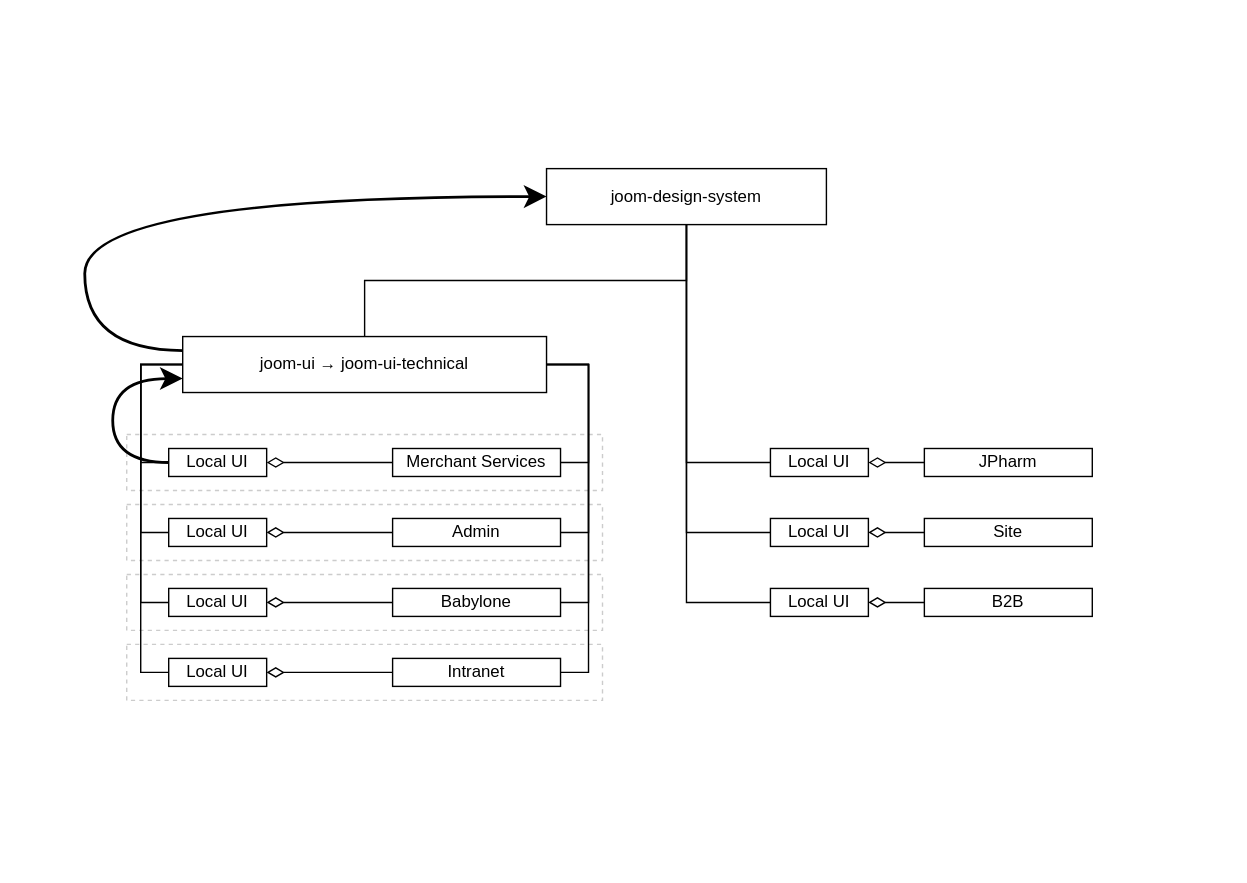
This is design-system.svg from ajile/draw-io, a draw.io export, as it was before one commit. Source tidied: cells renumbered, new cells last; positions are measured from the earlier drawing's top-left corner, leaving out a move shared by most shapes.
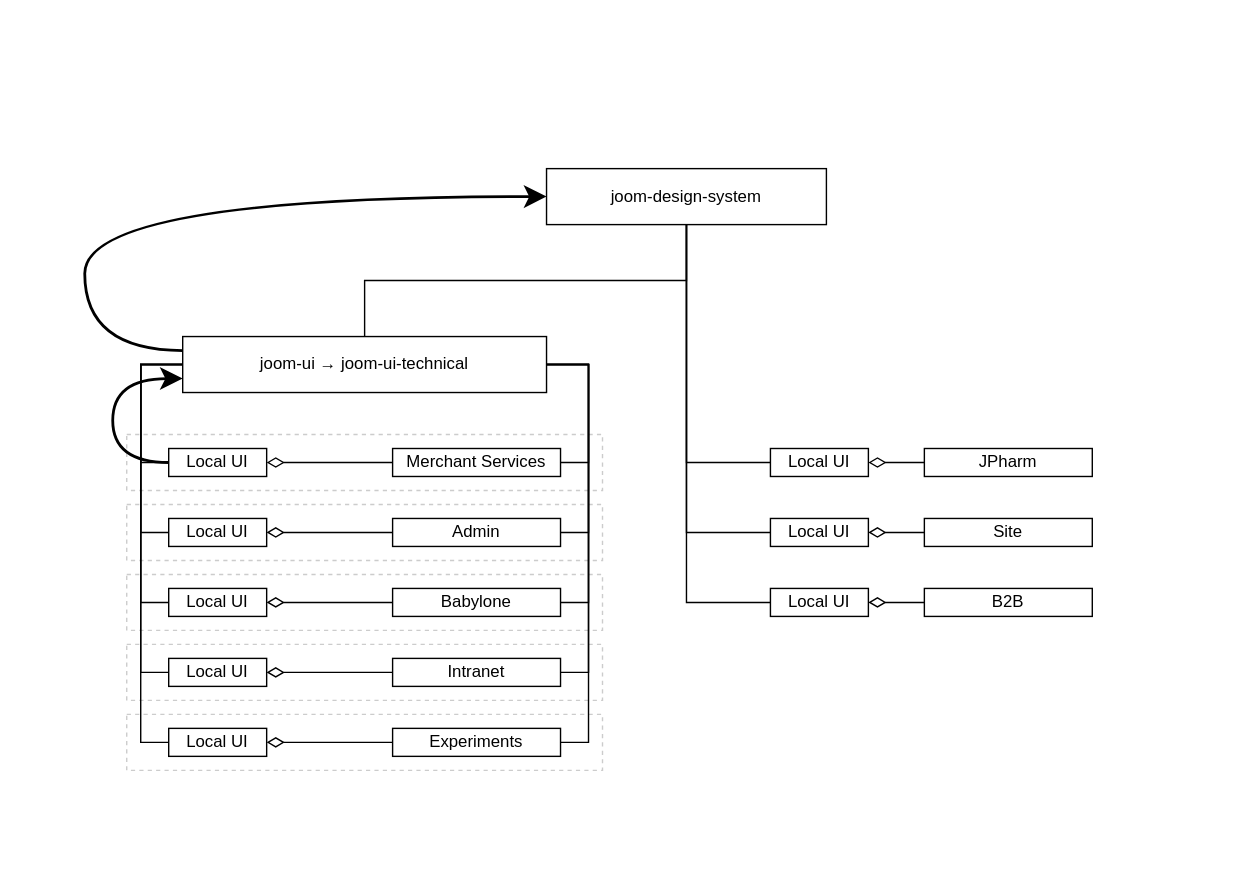
Above is the later version.

What changed in the source:
```diff
@@ -139,5 +139,23 @@
     <mxCell id="44" style="edgeStyle=orthogonalEdgeStyle;rounded=0;jettySize=auto;html=1;endArrow=none;endFill=0;startSize=10;endSize=10;exitX=0;exitY=0.5;exitDx=0;exitDy=0;" parent="3" edge="1" source="42" target="8">
       <mxGeometry relative="1" as="geometry" />
     </mxCell>
+    <mxCell id="45" style="rounded=0;whiteSpace=wrap;html=1;dashed=1;fillColor=none;strokeColor=#CCCCCC;" parent="3" vertex="1">
+      <mxGeometry x="90" y="510" width="340" height="40" as="geometry" />
+    </mxCell>
+    <mxCell id="46" style="edgeStyle=orthogonalEdgeStyle;rounded=0;jettySize=auto;html=1;entryX=1;entryY=0.5;entryDx=0;entryDy=0;startSize=10;endArrow=diamondThin;endFill=0;endSize=10;" parent="3" edge="1" source="47" target="48">
+      <mxGeometry relative="1" as="geometry" />
+    </mxCell>
+    <mxCell id="47" value="Experiments" style="rounded=0;whiteSpace=wrap;html=1;" parent="3" vertex="1">
+      <mxGeometry x="280" y="520" width="120" height="20" as="geometry" />
+    </mxCell>
+    <mxCell id="48" value="Local UI" style="rounded=0;whiteSpace=wrap;html=1;" parent="3" vertex="1">
+      <mxGeometry x="120" y="520" width="70" height="20" as="geometry" />
+    </mxCell>
+    <mxCell id="49" style="edgeStyle=orthogonalEdgeStyle;rounded=0;jettySize=auto;html=1;entryX=0;entryY=0.5;entryDx=0;entryDy=0;startSize=10;endArrow=none;endFill=0;endSize=10;exitX=0;exitY=0.5;exitDx=0;exitDy=0;" parent="3" edge="1" source="48" target="11">
+      <mxGeometry relative="1" as="geometry" />
+    </mxCell>
+    <mxCell id="50" style="edgeStyle=orthogonalEdgeStyle;rounded=0;jettySize=auto;html=1;startSize=10;endArrow=none;endFill=0;endSize=10;exitX=1;exitY=0.5;exitDx=0;exitDy=0;entryX=1;entryY=0.5;entryDx=0;entryDy=0;" parent="3" edge="1" source="47" target="11">
+      <mxGeometry relative="1" as="geometry" />
+    </mxCell>
   </root>
 </mxGraphModel>
```
